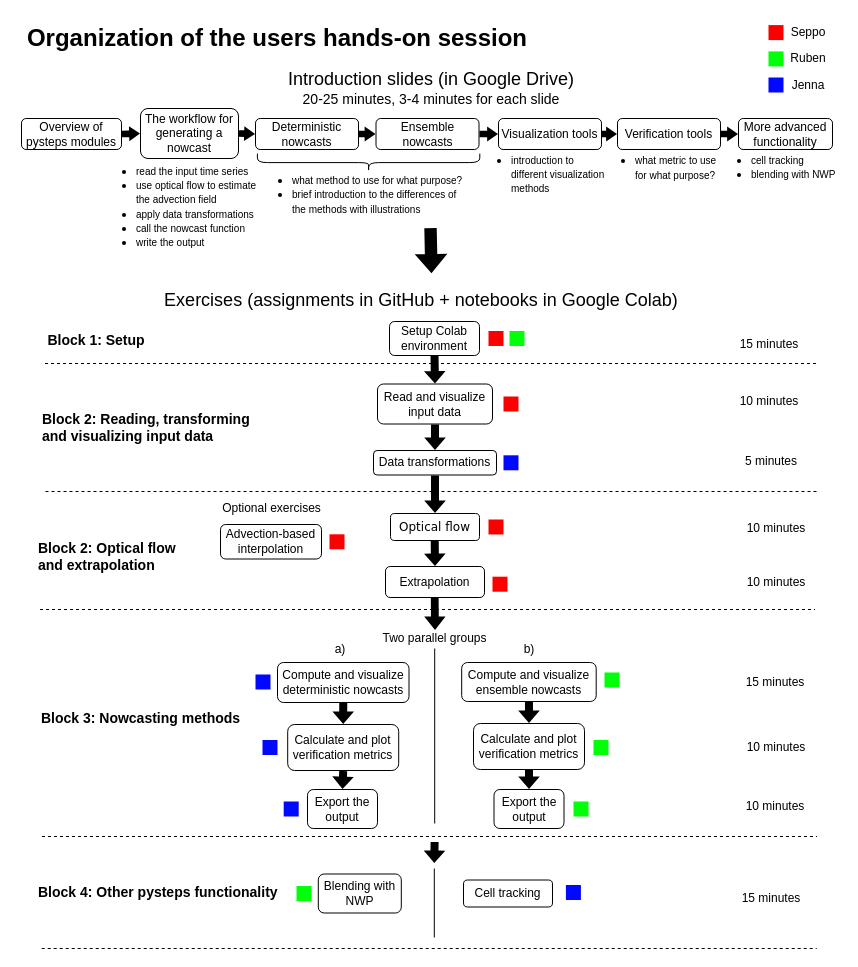
This is hands-on-session-users/session_overview.drawio from pySTEPS/ERAD-nowcasting-course-2022, a draw.io file, before an edit. Source tidied: cells renumbered, new cells numbered last; positions are measured from the earlier drawing's top-left corner, leaving out a move shared by most shapes. Both pictures are drawn from the tidied source at 100%, with x=0, y=0 at pixel (17, 17).
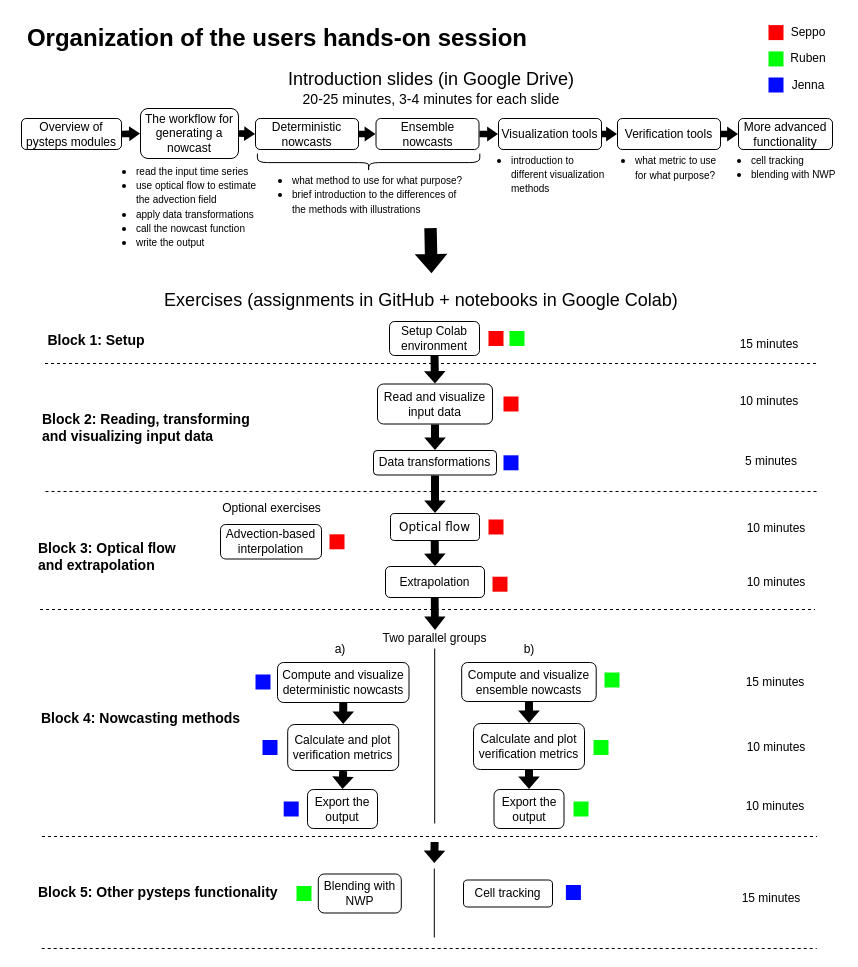
After the change.

Commit message:
Fix incorrect numbering of block titles

Diff of the diagram source:
```diff
@@
-    <mxCell id="84" value="&lt;font size=&quot;1&quot; face=&quot;Arial&quot;&gt;&lt;b style=&quot;font-size: 14px;&quot;&gt;Block 3: Nowcasting methods&lt;br&gt;&lt;/b&gt;&lt;/font&gt;" style="text;html=1;strokeColor=none;fillColor=none;align=center;verticalAlign=middle;whiteSpace=wrap;rounded=0;" parent="1" vertex="1">
+    <mxCell id="84" value="&lt;font size=&quot;1&quot; face=&quot;Arial&quot;&gt;&lt;b style=&quot;font-size: 14px;&quot;&gt;Block 4: Nowcasting methods&lt;br&gt;&lt;/b&gt;&lt;/font&gt;" style="text;html=1;strokeColor=none;fillColor=none;align=center;verticalAlign=middle;whiteSpace=wrap;rounded=0;" parent="1" vertex="1">
       <mxGeometry x="19" y="690" width="209" height="21.5" as="geometry" />
     </mxCell>
-    <mxCell id="85" value="&lt;div align=&quot;left&quot;&gt;&lt;font size=&quot;1&quot; face=&quot;Arial&quot;&gt;&lt;b style=&quot;font-size: 14px;&quot;&gt;Block 4: Other pysteps functionality&lt;/b&gt;&lt;/font&gt;&lt;br&gt;&lt;/div&gt;" style="text;html=1;strokeColor=none;fillColor=none;align=left;verticalAlign=middle;whiteSpace=wrap;rounded=0;" parent="1" vertex="1">
+    <mxCell id="85" value="&lt;div align=&quot;left&quot;&gt;&lt;font size=&quot;1&quot; face=&quot;Arial&quot;&gt;&lt;b style=&quot;font-size: 14px;&quot;&gt;Block 5: Other pysteps functionality&lt;/b&gt;&lt;/font&gt;&lt;br&gt;&lt;/div&gt;" style="text;html=1;strokeColor=none;fillColor=none;align=left;verticalAlign=middle;whiteSpace=wrap;rounded=0;" parent="1" vertex="1">
       <mxGeometry x="19" y="859.5" width="253" height="30" as="geometry" />
     </mxCell>
@@
-    <mxCell id="92" value="&lt;div align=&quot;left&quot;&gt;&lt;font size=&quot;1&quot; face=&quot;Arial&quot;&gt;&lt;b style=&quot;font-size: 14px;&quot;&gt;Block 2: Optical flow and extrapolation&lt;/b&gt;&lt;/font&gt;&lt;br&gt;&lt;/div&gt;" style="text;html=1;strokeColor=none;fillColor=none;align=left;verticalAlign=middle;whiteSpace=wrap;rounded=0;" parent="1" vertex="1">
+    <mxCell id="92" value="&lt;div align=&quot;left&quot;&gt;&lt;font size=&quot;1&quot; face=&quot;Arial&quot;&gt;&lt;b style=&quot;font-size: 14px;&quot;&gt;Block 3: Optical flow and extrapolation&lt;/b&gt;&lt;/font&gt;&lt;br&gt;&lt;/div&gt;" style="text;html=1;strokeColor=none;fillColor=none;align=left;verticalAlign=middle;whiteSpace=wrap;rounded=0;" parent="1" vertex="1">
       <mxGeometry x="19" y="521" width="147" height="35" as="geometry" />
     </mxCell>
```
